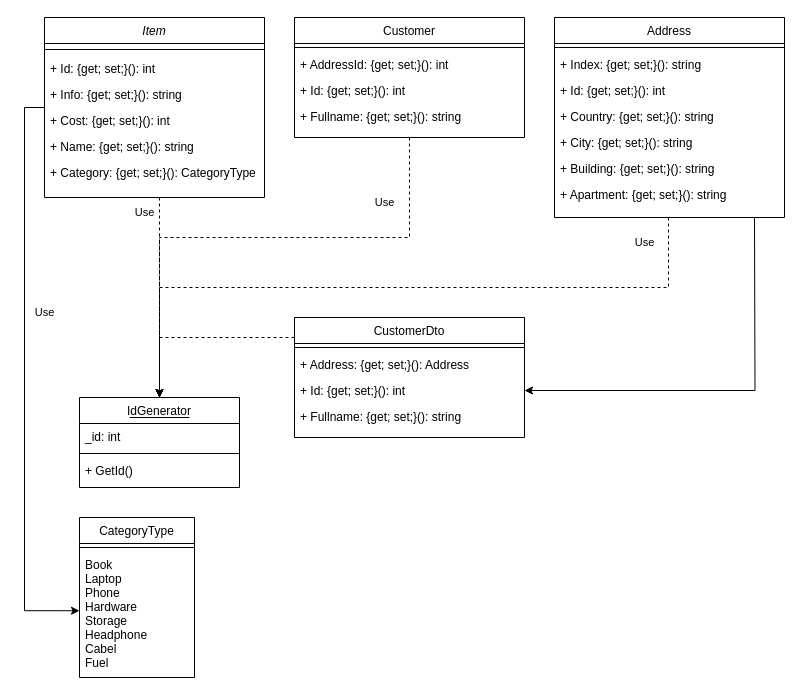
Above: ClassDiagram.drawio in antoniocra04/oop-backend (draw.io), before the change. Source tidied: cells renumbered, new cells numbered last; positions are measured from the earlier drawing's top-left corner, leaving out a move shared by most shapes. Both pictures are drawn from the tidied source at 100%, with x=0, y=0 at pixel (24, 17).
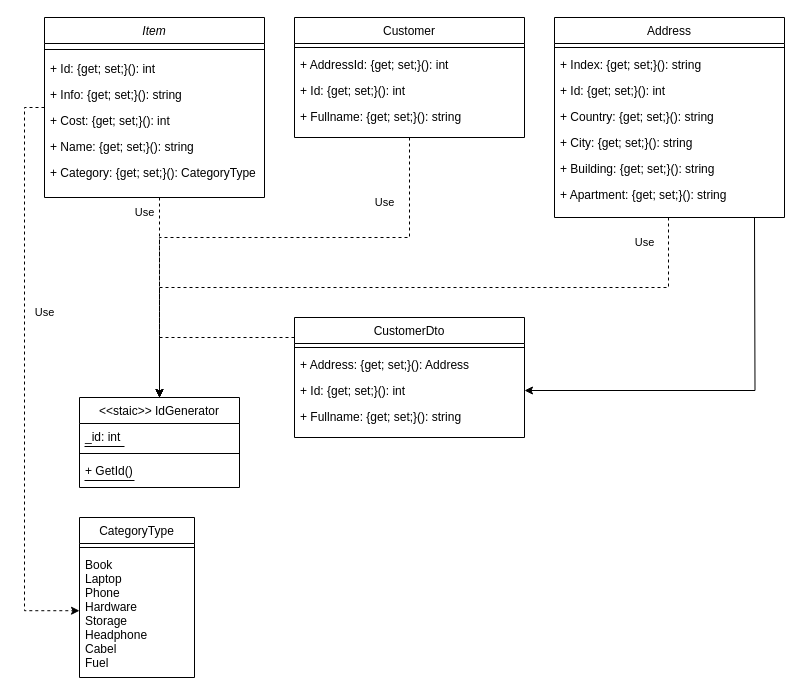
The same diagram, later.

Commit message (it also covers changes not shown here):
fix(diagram): правки диаграмы

The change refers to these unchanged cells:
```xml
<mxCell id="3" value="Item" style="swimlane;fontStyle=2;align=center;verticalAlign=top;horizontal=1;startSize=26;rounded=0;shadow=0;strokeWidth=1;" parent="1" vertex="1">
  <mxGeometry x="20" width="220" height="180" as="geometry" />
</mxCell>
<mxCell id="36" value="Book&#10;Laptop&#10;Phone&#10;Hardware&#10;Storage&#10;Headphone&#10;Cabel&#10;Fuel" style="text;align=left;verticalAlign=top;spacingLeft=4;spacingRight=4;overflow=hidden;points=[[0,0.5],[1,0.5]];portConstraint=eastwest;rounded=0;shadow=0;html=0;" parent="34" vertex="1">
  <mxGeometry y="34" width="115" height="126" as="geometry" />
</mxCell>
```

Change to the diagram source:
```diff
@@
-    <mxCell id="10" value="IdGenerator" style="swimlane;fontStyle=0;align=center;verticalAlign=top;horizontal=1;startSize=26;rounded=0;shadow=0;strokeWidth=1;" parent="1" vertex="1">
+    <mxCell id="10" value="&lt;&lt;staic&gt;&gt; IdGenerator" style="swimlane;fontStyle=0;align=center;verticalAlign=top;horizontal=1;startSize=26;rounded=0;shadow=0;strokeWidth=1;" parent="1" vertex="1">
       <mxGeometry x="55" y="380" width="160" height="90" as="geometry" />
     </mxCell>
-    <mxCell id="11" style="endArrow=none;html=1;rounded=0;" parent="10" edge="1">
-      <mxGeometry relative="1" as="geometry">
-        <mxPoint x="50" y="20" as="sourcePoint" />
-        <mxPoint x="110" y="20" as="targetPoint" />
-      </mxGeometry>
-    </mxCell>
@@
+    <mxCell id="45" style="endArrow=none;html=1;rounded=0;" parent="10" edge="1">
+      <mxGeometry relative="1" as="geometry">
+        <mxPoint x="5" y="49" as="sourcePoint" />
+        <mxPoint x="45" y="49" as="targetPoint" />
+      </mxGeometry>
+    </mxCell>
@@
-    <mxCell id="37" style="edgeStyle=orthogonalEdgeStyle;rounded=0;jettySize=auto;html=1;entryX=0;entryY=0.47;entryDx=0;entryDy=0;entryPerimeter=0;" parent="1" edge="1" source="3" target="36">
+    <mxCell id="37" style="edgeStyle=orthogonalEdgeStyle;dashed=1;rounded=0;jettySize=auto;html=1;entryX=0;entryY=0.47;entryDx=0;entryDy=0;entryPerimeter=0;" parent="1" edge="1" source="3" target="36">
       <mxGeometry relative="1" as="geometry">
         <Array as="points">
           <mxPoint y="90" />
           <mxPoint y="593" />
         </Array>
       </mxGeometry>
     </mxCell>
@@
+    <mxCell id="46" style="endArrow=none;html=1;rounded=0;" parent="1" edge="1">
+      <mxGeometry relative="1" as="geometry">
+        <mxPoint x="60" y="463" as="sourcePoint" />
+        <mxPoint x="110" y="463" as="targetPoint" />
+      </mxGeometry>
+    </mxCell>
```
